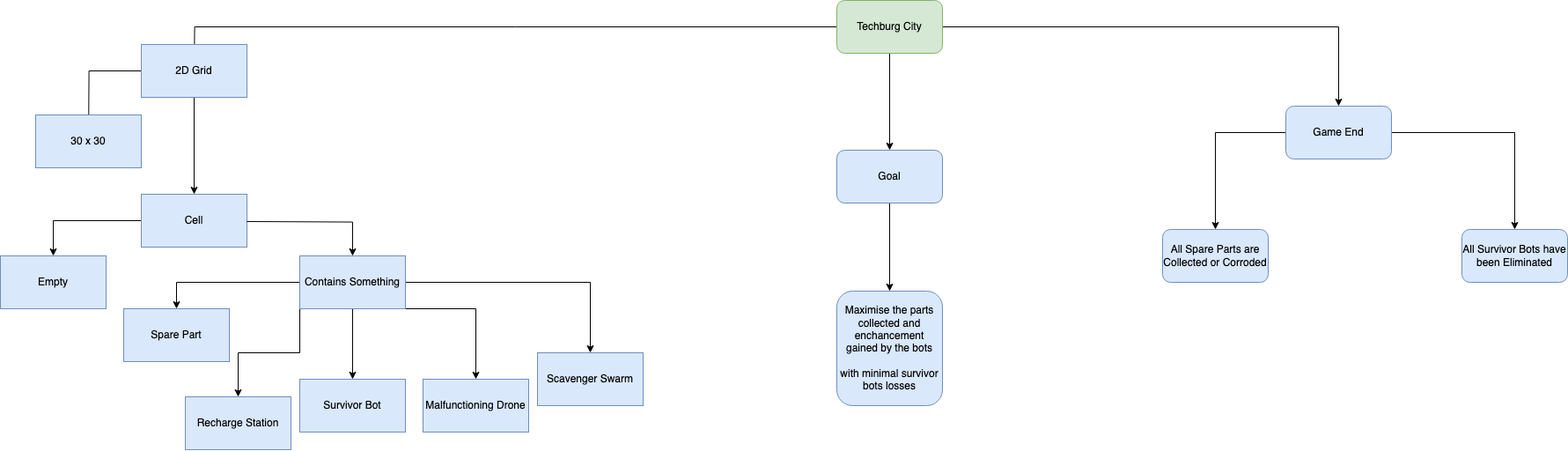
Raul-Prisecaru/Techburg-city keeps this draw.io diagram as diagrams/Environment.drawio.png. Above is the earlier version. Source tidied: cells renumbered, new cells last; positions are measured from the earlier drawing's top-left corner, leaving out a move shared by most shapes. Source of this version:
```xml
<mxGraphModel>
  <root>
    <mxCell id="0" />
    <mxCell id="1" parent="0" />
    <mxCell id="2" style="edgeStyle=orthogonalEdgeStyle;rounded=0;jettySize=auto;html=1;exitX=0;exitY=0.5;exitDx=0;exitDy=0;" parent="1" edge="1" source="5">
      <mxGeometry relative="1" as="geometry">
        <mxPoint x="220" y="90" as="targetPoint" />
      </mxGeometry>
    </mxCell>
    <mxCell id="3" style="edgeStyle=orthogonalEdgeStyle;rounded=0;jettySize=auto;html=1;exitX=1;exitY=0.5;exitDx=0;exitDy=0;" parent="1" edge="1" source="5" target="27">
      <mxGeometry relative="1" as="geometry" />
    </mxCell>
    <mxCell id="4" style="edgeStyle=orthogonalEdgeStyle;rounded=0;jettySize=auto;html=1;" parent="1" edge="1" source="5" target="31">
      <mxGeometry relative="1" as="geometry" />
    </mxCell>
    <mxCell id="5" value="Techburg City" style="rounded=1;whiteSpace=wrap;html=1;fillColor=#d5e8d4;strokeColor=#82b366;" parent="1" vertex="1">
      <mxGeometry x="950" width="120" height="60" as="geometry" />
    </mxCell>
    <mxCell id="6" style="edgeStyle=orthogonalEdgeStyle;rounded=0;jettySize=auto;html=1;" parent="1" edge="1" source="8">
      <mxGeometry relative="1" as="geometry">
        <mxPoint x="100" y="180" as="targetPoint" />
      </mxGeometry>
    </mxCell>
    <mxCell id="7" style="edgeStyle=orthogonalEdgeStyle;rounded=0;jettySize=auto;html=1;entryX=0.5;entryY=0;entryDx=0;entryDy=0;" parent="1" edge="1" source="8" target="11">
      <mxGeometry relative="1" as="geometry" />
    </mxCell>
    <mxCell id="8" value="2D Grid" style="whiteSpace=wrap;html=1;fillColor=#dae8fc;strokeColor=#6c8ebf;" parent="1" vertex="1">
      <mxGeometry x="160" y="50" width="120" height="60" as="geometry" />
    </mxCell>
    <mxCell id="9" value="30 x 30" style="whiteSpace=wrap;html=1;fillColor=#dae8fc;strokeColor=#6c8ebf;" parent="1" vertex="1">
      <mxGeometry x="40" y="130" width="120" height="60" as="geometry" />
    </mxCell>
    <mxCell id="10" style="edgeStyle=orthogonalEdgeStyle;rounded=0;jettySize=auto;html=1;entryX=0.5;entryY=0;entryDx=0;entryDy=0;" parent="1" edge="1" source="11" target="12">
      <mxGeometry relative="1" as="geometry" />
    </mxCell>
    <mxCell id="11" value="Cell" style="whiteSpace=wrap;html=1;fillColor=#dae8fc;strokeColor=#6c8ebf;" parent="1" vertex="1">
      <mxGeometry x="160" y="220" width="120" height="60" as="geometry" />
    </mxCell>
    <mxCell id="12" value="Empty" style="whiteSpace=wrap;html=1;fillColor=#dae8fc;strokeColor=#6c8ebf;" parent="1" vertex="1">
      <mxGeometry y="290" width="120" height="60" as="geometry" />
    </mxCell>
    <mxCell id="13" style="edgeStyle=orthogonalEdgeStyle;rounded=0;jettySize=auto;html=1;entryX=0.5;entryY=0;entryDx=0;entryDy=0;" parent="1" edge="1" target="19">
      <mxGeometry relative="1" as="geometry">
        <mxPoint x="280" y="251" as="sourcePoint" />
      </mxGeometry>
    </mxCell>
    <mxCell id="14" style="edgeStyle=orthogonalEdgeStyle;rounded=0;jettySize=auto;html=1;entryX=0.5;entryY=0;entryDx=0;entryDy=0;" parent="1" edge="1" source="19" target="20">
      <mxGeometry relative="1" as="geometry" />
    </mxCell>
    <mxCell id="15" style="edgeStyle=orthogonalEdgeStyle;rounded=0;jettySize=auto;html=1;" parent="1" edge="1" source="19" target="21">
      <mxGeometry relative="1" as="geometry" />
    </mxCell>
    <mxCell id="16" style="edgeStyle=orthogonalEdgeStyle;rounded=0;jettySize=auto;html=1;entryX=0.5;entryY=0;entryDx=0;entryDy=0;" parent="1" edge="1" source="19" target="23">
      <mxGeometry relative="1" as="geometry" />
    </mxCell>
    <mxCell id="17" style="edgeStyle=orthogonalEdgeStyle;rounded=0;jettySize=auto;html=1;exitX=1;exitY=1;exitDx=0;exitDy=0;entryX=0.5;entryY=0;entryDx=0;entryDy=0;" parent="1" edge="1" source="19" target="22">
      <mxGeometry relative="1" as="geometry">
        <Array as="points">
          <mxPoint x="540" y="350" />
        </Array>
      </mxGeometry>
    </mxCell>
    <mxCell id="18" style="edgeStyle=orthogonalEdgeStyle;rounded=0;jettySize=auto;html=1;exitX=0;exitY=1;exitDx=0;exitDy=0;entryX=0.5;entryY=0;entryDx=0;entryDy=0;" parent="1" edge="1" source="19" target="24">
      <mxGeometry relative="1" as="geometry" />
    </mxCell>
    <mxCell id="19" value="Contains Something" style="whiteSpace=wrap;html=1;fillColor=#dae8fc;strokeColor=#6c8ebf;" parent="1" vertex="1">
      <mxGeometry x="340" y="290" width="120" height="60" as="geometry" />
    </mxCell>
    <mxCell id="20" value="Spare Part" style="whiteSpace=wrap;html=1;fillColor=#dae8fc;strokeColor=#6c8ebf;" parent="1" vertex="1">
      <mxGeometry x="140" y="350" width="120" height="60" as="geometry" />
    </mxCell>
    <mxCell id="21" value="Survivor Bot" style="whiteSpace=wrap;html=1;fillColor=#dae8fc;strokeColor=#6c8ebf;" parent="1" vertex="1">
      <mxGeometry x="340" y="430" width="120" height="60" as="geometry" />
    </mxCell>
    <mxCell id="22" value="Malfunctioning Drone" style="whiteSpace=wrap;html=1;fillColor=#dae8fc;strokeColor=#6c8ebf;" parent="1" vertex="1">
      <mxGeometry x="480" y="430" width="120" height="60" as="geometry" />
    </mxCell>
    <mxCell id="23" value="Scavenger Swarm" style="whiteSpace=wrap;html=1;fillColor=#dae8fc;strokeColor=#6c8ebf;" parent="1" vertex="1">
      <mxGeometry x="610" y="400" width="120" height="60" as="geometry" />
    </mxCell>
    <mxCell id="24" value="Recharge Station" style="whiteSpace=wrap;html=1;fillColor=#dae8fc;strokeColor=#6c8ebf;" parent="1" vertex="1">
      <mxGeometry x="210" y="450" width="120" height="60" as="geometry" />
    </mxCell>
    <mxCell id="25" style="edgeStyle=orthogonalEdgeStyle;rounded=0;jettySize=auto;html=1;" parent="1" edge="1" source="27" target="28">
      <mxGeometry relative="1" as="geometry" />
    </mxCell>
    <mxCell id="26" style="edgeStyle=orthogonalEdgeStyle;rounded=0;jettySize=auto;html=1;" parent="1" edge="1" source="27" target="29">
      <mxGeometry relative="1" as="geometry" />
    </mxCell>
    <mxCell id="27" value="Game End" style="rounded=1;whiteSpace=wrap;html=1;fillColor=#dae8fc;strokeColor=#6c8ebf;" parent="1" vertex="1">
      <mxGeometry x="1460" y="120" width="120" height="60" as="geometry" />
    </mxCell>
    <mxCell id="28" value="All Spare Parts are Collected or Corroded" style="rounded=1;whiteSpace=wrap;html=1;fillColor=#dae8fc;strokeColor=#6c8ebf;" parent="1" vertex="1">
      <mxGeometry x="1320" y="260" width="120" height="60" as="geometry" />
    </mxCell>
    <mxCell id="29" value="All Survivor Bots have been Eliminated" style="rounded=1;whiteSpace=wrap;html=1;fillColor=#dae8fc;strokeColor=#6c8ebf;" parent="1" vertex="1">
      <mxGeometry x="1660" y="260" width="120" height="60" as="geometry" />
    </mxCell>
    <mxCell id="30" style="edgeStyle=orthogonalEdgeStyle;rounded=0;jettySize=auto;html=1;" parent="1" edge="1" source="31" target="32">
      <mxGeometry relative="1" as="geometry" />
    </mxCell>
    <mxCell id="31" value="Goal" style="rounded=1;whiteSpace=wrap;html=1;fillColor=#dae8fc;strokeColor=#6c8ebf;" parent="1" vertex="1">
      <mxGeometry x="950" y="170" width="120" height="60" as="geometry" />
    </mxCell>
    <mxCell id="32" value="Maximise the parts collected and enchancement gained by the bots&lt;br&gt;&lt;br&gt;with minimal survivor bots losses" style="rounded=1;whiteSpace=wrap;html=1;fillColor=#dae8fc;strokeColor=#6c8ebf;" parent="1" vertex="1">
      <mxGeometry x="950" y="330" width="120" height="130" as="geometry" />
    </mxCell>
  </root>
</mxGraphModel>
```
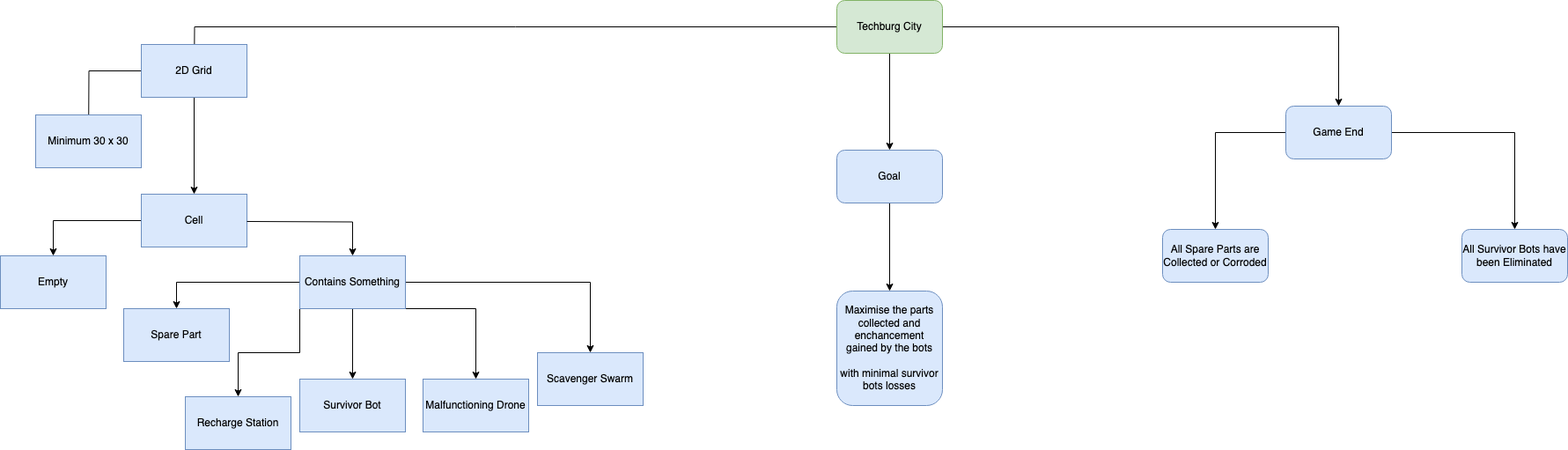
Above is the later version.

Diff of the diagram source:
```diff
@@ -27,7 +27,7 @@
     <mxCell id="8" value="2D Grid" style="whiteSpace=wrap;html=1;fillColor=#dae8fc;strokeColor=#6c8ebf;" parent="1" vertex="1">
       <mxGeometry x="160" y="50" width="120" height="60" as="geometry" />
     </mxCell>
-    <mxCell id="9" value="30 x 30" style="whiteSpace=wrap;html=1;fillColor=#dae8fc;strokeColor=#6c8ebf;" parent="1" vertex="1">
+    <mxCell id="9" value="Minimum 30 x 30" style="whiteSpace=wrap;html=1;fillColor=#dae8fc;strokeColor=#6c8ebf;" parent="1" vertex="1">
       <mxGeometry x="40" y="130" width="120" height="60" as="geometry" />
     </mxCell>
     <mxCell id="10" style="edgeStyle=orthogonalEdgeStyle;rounded=0;jettySize=auto;html=1;entryX=0.5;entryY=0;entryDx=0;entryDy=0;" parent="1" edge="1" source="11" target="12">
```
